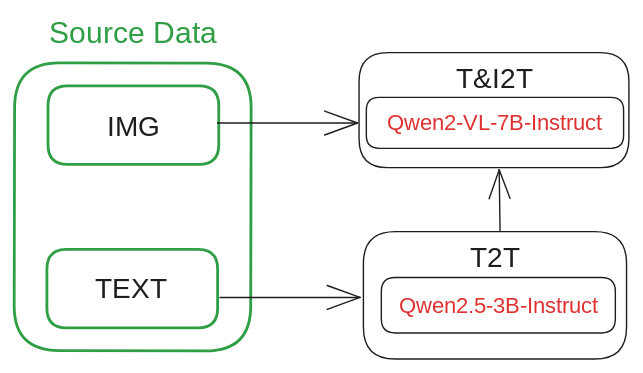
hepejaAED/CalorIA keeps this Excalidraw diagram as pipeline_arquitectura.excalidraw.svg. Above is the earlier version. Source tidied: one line per element, renumbered; positions are measured from the earlier drawing's top-left corner, leaving out a move shared by most shapes.
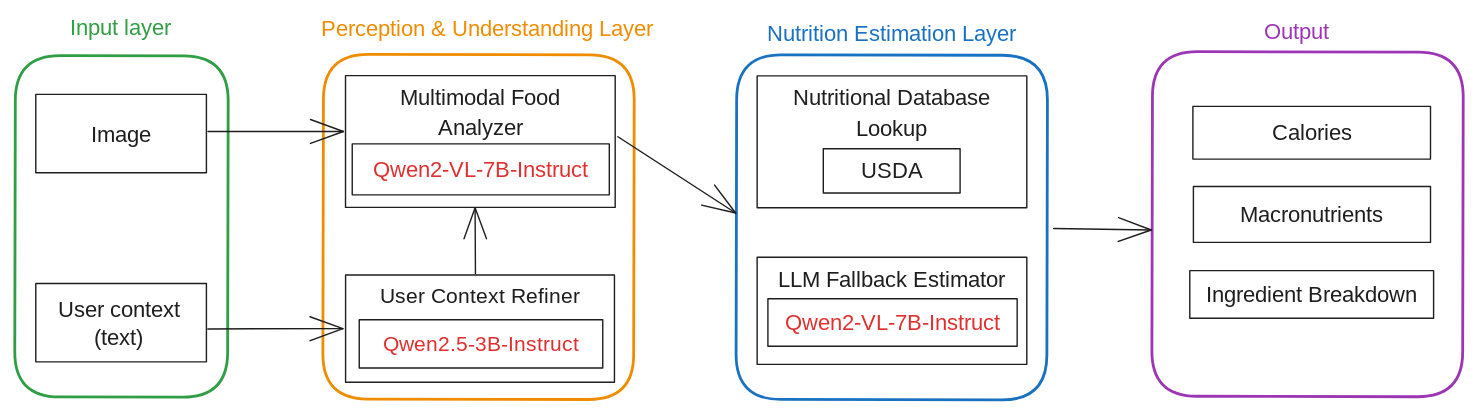
The same file after the commit.

Change to the diagram source:
```diff
@@ -1,17 +1,39 @@
+{"id": 17, "type": "rectangle", "strokeColor": "#f08c00", "angle": 0.0, "strokeWidth": 2, "roughness": 0, "round": true, "x": 62, "y": -26, "width": 222, "height": 246}
-{"id": 0, "type": "rectangle", "strokeColor": "#2f9e44", "angle": 0.0, "strokeWidth": 2, "roughness": 0, "round": true, "x": 0, "y": 35, "width": 169, "height": 206}
+{"id": 0, "type": "rectangle", "strokeColor": "#2f9e44", "angle": 0.0, "strokeWidth": 2, "roughness": 0, "round": true, "x": -158, "y": -25, "width": 152, "height": 244}
-{"id": 1, "type": "text", "text": "Source Data", "strokeColor": "#2f9e44", "strokeWidth": 2, "roughness": 0, "fontSize": 21.6, "fontFamily": 6, "textAlign": "center", "x": 25, "y": 0, "width": 119, "height": 27}
+{"id": 1, "type": "text", "text": "Input layer", "strokeColor": "#2f9e44", "strokeWidth": 2, "roughness": 0, "fontSize": 16, "fontFamily": 6, "textAlign": "center", "x": -122, "y": -55, "width": 77, "height": 20}
-{"id": 2, "type": "rectangle", "strokeColor": "#2f9e44", "strokeWidth": 2, "roughness": 0, "round": true, "x": 24, "y": 51, "width": 122, "height": 56}
+{"id": 2, "type": "rectangle", "strokeColor": "#1e1e1e", "strokeWidth": 1, "roughness": 0, "x": -144, "y": 3, "width": 122, "height": 56}
+{"id": 4, "type": "text", "text": "Image", "strokeColor": "#1e1e1e", "strokeWidth": 1, "roughness": 0, "fontSize": 16, "fontFamily": 6, "textAlign": "center", "x": -105, "y": 21, "width": 44, "height": 20}
-{"id": 3, "type": "rectangle", "strokeColor": "#2f9e44", "strokeWidth": 2, "roughness": 0, "round": true, "x": 23, "y": 168, "width": 122, "height": 56}
+{"id": 3, "type": "rectangle", "strokeColor": "#1e1e1e", "strokeWidth": 1, "roughness": 0, "x": -144, "y": 138, "width": 122, "height": 56}
-{"id": 4, "type": "text", "text": "IMG", "strokeColor": "#1e1e1e", "strokeWidth": 1, "roughness": 0, "fontSize": 20, "fontFamily": 6, "textAlign": "center", "x": 67, "y": 68, "width": 37, "height": 25}
-{"id": 5, "type": "text", "text": "TEXT", "strokeColor": "#1e1e1e", "strokeWidth": 1, "roughness": 0, "fontSize": 20, "fontFamily": 6, "textAlign": "center", "x": 59, "y": 184, "width": 49, "height": 25}
+{"id": 5, "type": "text", "text": "User context\n(text)", "strokeColor": "#1e1e1e", "strokeWidth": 1, "roughness": 0, "fontSize": 16, "fontFamily": 6, "textAlign": "center", "x": -130, "y": 146, "width": 92, "height": 40}
-{"id": 6, "type": "arrow", "strokeColor": "#1e1e1e", "strokeWidth": 1, "roughness": 0, "endArrowhead": "arrow", "x": 147, "y": 203, "width": 100, "height": 0, "points": [[0, 0], [100, 0]]}
+{"id": 6, "type": "arrow", "strokeColor": "#1e1e1e", "strokeWidth": 1, "roughness": 0, "endArrowhead": "arrow", "from": 3, "to": 21, "x": -21, "y": 170, "width": 97, "height": 0, "points": [[0, 0], [97, 0]]}
-{"id": 7, "type": "arrow", "strokeColor": "#1e1e1e", "strokeWidth": 1, "roughness": 0, "endArrowhead": "arrow", "from": 8, "to": 14, "x": 347, "y": 155, "width": 1, "height": 44, "points": [[0, 0], [-1, -44]]}
-{"id": 8, "type": "rectangle", "strokeColor": "#1e1e1e", "strokeWidth": 1, "roughness": 0, "round": true, "x": 249, "y": 156, "width": 188, "height": 91}
-{"id": 9, "type": "text", "text": "T2T\n\n", "strokeColor": "#1e1e1e", "strokeWidth": 1, "roughness": 0, "fontSize": 20, "fontFamily": 6, "textAlign": "center", "inside": 8, "x": 325, "y": 161, "width": 36, "height": 81}
-{"id": 10, "type": "rectangle", "strokeColor": "#1e1e1e", "strokeWidth": 1, "roughness": 0, "round": true, "x": 262, "y": 188, "width": 167, "height": 40}
-{"id": 11, "type": "text", "text": "Qwen2.5-3B-Instruct", "strokeColor": "#e03131", "strokeWidth": 1, "roughness": 0, "fontSize": 16, "fontFamily": 6, "textAlign": "center", "verticalAlign": "middle", "inside": 10, "x": 268, "y": 197, "width": 155, "height": 22}
+{"id": 18, "type": "rectangle", "strokeColor": "#1971c2", "angle": 0.0, "strokeWidth": 2, "roughness": 0, "round": true, "x": 357, "y": -26, "width": 222, "height": 246}
-{"id": 12, "type": "rectangle", "strokeColor": "#1e1e1e", "strokeWidth": 1, "roughness": 0, "round": true, "x": 246, "y": 28, "width": 193, "height": 82}
+{"id": 12, "type": "rectangle", "strokeColor": "#1e1e1e", "strokeWidth": 1, "roughness": 0, "x": 78, "y": -11, "width": 193, "height": 94}
-{"id": 13, "type": "text", "text": "T&I2T\n", "strokeColor": "#1e1e1e", "strokeWidth": 1, "roughness": 0, "fontSize": 20, "fontFamily": 6, "textAlign": "center", "inside": 12, "x": 315, "y": 33, "width": 55, "height": 54}
+{"id": 13, "type": "text", "text": "Multimodal Food\nAnalyzer", "strokeColor": "#1e1e1e", "strokeWidth": 1, "roughness": 0, "fontSize": 16, "fontFamily": 6, "textAlign": "center", "inside": 12, "x": 113, "y": -6, "width": 123, "height": 43}
-{"id": 14, "type": "rectangle", "strokeColor": "#1e1e1e", "strokeWidth": 1, "roughness": 0, "round": true, "x": 251, "y": 60, "width": 184, "height": 36}
+{"id": 14, "type": "rectangle", "strokeColor": "#1e1e1e", "strokeWidth": 1, "roughness": 0, "x": 83, "y": 38, "width": 184, "height": 36}
-{"id": 15, "type": "text", "text": "Qwen2-VL-7B-Instruct", "strokeColor": "#e03131", "strokeWidth": 1, "roughness": 0, "fontSize": 16, "fontFamily": 6, "textAlign": "center", "verticalAlign": "middle", "inside": 14, "x": 260, "y": 67, "width": 167, "height": 22}
+{"id": 15, "type": "text", "text": "Qwen2-VL-7B-Instruct", "strokeColor": "#e03131", "strokeWidth": 1, "roughness": 0, "fontSize": 16, "fontFamily": 6, "textAlign": "center", "verticalAlign": "middle", "inside": 14, "x": 91, "y": 45, "width": 167, "height": 22}
-{"id": 16, "type": "arrow", "strokeColor": "#1e1e1e", "strokeWidth": 1, "roughness": 0, "endArrowhead": "arrow", "x": 145, "y": 78, "width": 100, "height": 0, "points": [[0, 0], [100, 0]]}
+{"id": 16, "type": "arrow", "strokeColor": "#1e1e1e", "strokeWidth": 1, "roughness": 0, "endArrowhead": "arrow", "from": 2, "to": 14, "x": -20, "y": 29, "width": 97, "height": 0, "points": [[0, 0], [97, 0]]}
+{"id": 19, "type": "rectangle", "strokeColor": "#1e1e1e", "strokeWidth": 1, "roughness": 0, "x": 78, "y": 132, "width": 192, "height": 77}
+{"id": 20, "type": "text", "text": "User Context Refiner\n", "strokeColor": "#1e1e1e", "strokeWidth": 1, "roughness": 0, "fontSize": 15.16, "fontFamily": 6, "textAlign": "center", "inside": 19, "x": 103, "y": 137, "width": 143, "height": 41}
+{"id": 21, "type": "rectangle", "strokeColor": "#1e1e1e", "strokeWidth": 1, "roughness": 0, "x": 88, "y": 164, "width": 174, "height": 34}
+{"id": 11, "type": "text", "text": "Qwen2.5-3B-Instruct", "strokeColor": "#e03131", "strokeWidth": 1, "roughness": 0, "fontSize": 15.16, "fontFamily": 6, "textAlign": "center", "verticalAlign": "middle", "inside": 21, "x": 101, "y": 171, "width": 147, "height": 20}
+{"id": 22, "type": "arrow", "strokeColor": "#1e1e1e", "strokeWidth": 1, "roughness": 0, "endArrowhead": "arrow", "from": 14, "to": 26, "x": 273, "y": 33, "width": 84, "height": 55, "points": [[0, 0], [84, 55]]}
+{"id": 23, "type": "text", "text": "Perception & Understanding Layer", "strokeColor": "#f08c00", "strokeWidth": 2, "roughness": 1, "fontSize": 16, "fontFamily": 6, "textAlign": "center", "x": 55, "y": -55, "width": 248, "height": 22}
+{"id": 24, "type": "text", "text": "Nutrition Estimation Layer", "strokeColor": "#1971c2", "strokeWidth": 2, "roughness": 1, "fontSize": 16, "fontFamily": 6, "textAlign": "center", "x": 374, "y": -51, "width": 189, "height": 22}
+{"id": 25, "type": "arrow", "strokeColor": "#1e1e1e", "strokeWidth": 1, "roughness": 0, "endArrowhead": "arrow", "from": 19, "to": 14, "x": 171, "y": 131, "width": 0, "height": 47, "points": [[0, 0], [0, -47]]}
+{"id": 26, "type": "rectangle", "strokeColor": "#1e1e1e", "strokeWidth": 1, "roughness": 0, "x": 372, "y": -11, "width": 193, "height": 94}
+{"id": 27, "type": "text", "text": "Nutritional Database\nLookup", "strokeColor": "#1e1e1e", "strokeWidth": 1, "roughness": 0, "fontSize": 16, "fontFamily": 6, "textAlign": "center", "inside": 26, "x": 393, "y": -6, "width": 150, "height": 43}
+{"id": 28, "type": "rectangle", "strokeColor": "#1e1e1e", "strokeWidth": 1, "roughness": 0, "x": 419, "y": 41, "width": 98, "height": 32}
+{"id": 29, "type": "text", "text": "USDA", "strokeColor": "#1e1e1e", "strokeWidth": 1, "roughness": 0, "fontSize": 16, "fontFamily": 6, "textAlign": "center", "verticalAlign": "middle", "inside": 28, "x": 446, "y": 46, "width": 45, "height": 22}
+{"id": 30, "type": "rectangle", "strokeColor": "#1e1e1e", "strokeWidth": 1, "roughness": 0, "x": 372, "y": 119, "width": 193, "height": 77}
+{"id": 31, "type": "text", "text": "LLM Fallback Estimator", "strokeColor": "#1e1e1e", "strokeWidth": 1, "roughness": 0, "fontSize": 16, "fontFamily": 6, "textAlign": "center", "inside": 30, "x": 384, "y": 124, "width": 169, "height": 22}
+{"id": 32, "type": "rectangle", "strokeColor": "#1e1e1e", "strokeWidth": 1, "roughness": 0, "x": 380, "y": 149, "width": 178, "height": 34}
+{"id": 33, "type": "text", "text": "Qwen2-VL-7B-Instruct", "strokeColor": "#e03131", "strokeWidth": 1, "roughness": 0, "fontSize": 16, "fontFamily": 6, "textAlign": "center", "verticalAlign": "middle", "inside": 32, "x": 385, "y": 155, "width": 167, "height": 22}
+{"id": 34, "type": "rectangle", "strokeColor": "#9c36b5", "angle": 0.0, "strokeWidth": 2, "roughness": 0, "round": true, "x": 655, "y": -28, "width": 222, "height": 246}
+{"id": 35, "type": "arrow", "strokeColor": "#1e1e1e", "strokeWidth": 1, "roughness": 0, "endArrowhead": "arrow", "from": 18, "to": 34, "x": 584, "y": 98, "width": 70, "height": 1, "points": [[0, 0], [70, 1]]}
+{"id": 36, "type": "text", "text": "Output", "strokeColor": "#9c36b5", "strokeWidth": 2, "roughness": 1, "fontSize": 16, "fontFamily": 6, "x": 734, "y": -53, "width": 51, "height": 22}
+{"id": 37, "type": "rectangle", "strokeColor": "#1e1e1e", "strokeWidth": 1, "roughness": 0, "x": 684, "y": 11, "width": 170, "height": 38}
+{"id": 38, "type": "text", "text": "Calories", "strokeColor": "#1e1e1e", "strokeWidth": 1, "roughness": 0, "fontSize": 16, "fontFamily": 6, "textAlign": "center", "verticalAlign": "middle", "inside": 37, "x": 739, "y": 19, "width": 59, "height": 22}
+{"id": 39, "type": "rectangle", "strokeColor": "#1e1e1e", "strokeWidth": 1, "roughness": 0, "x": 684, "y": 68, "width": 170, "height": 40}
+{"id": 40, "type": "text", "text": "Macronutrients", "strokeColor": "#1e1e1e", "strokeWidth": 1, "roughness": 0, "fontSize": 16, "fontFamily": 6, "textAlign": "center", "verticalAlign": "middle", "inside": 39, "x": 714, "y": 78, "width": 109, "height": 22}
+{"id": 41, "type": "rectangle", "strokeColor": "#1e1e1e", "strokeWidth": 1, "roughness": 0, "x": 681, "y": 129, "width": 174, "height": 34}
+{"id": 42, "type": "text", "text": "Ingredient Breakdown", "strokeColor": "#1e1e1e", "strokeWidth": 1, "roughness": 0, "fontSize": 16, "fontFamily": 6, "textAlign": "center", "verticalAlign": "middle", "inside": 41, "x": 688, "y": 135, "width": 160, "height": 22}
```
